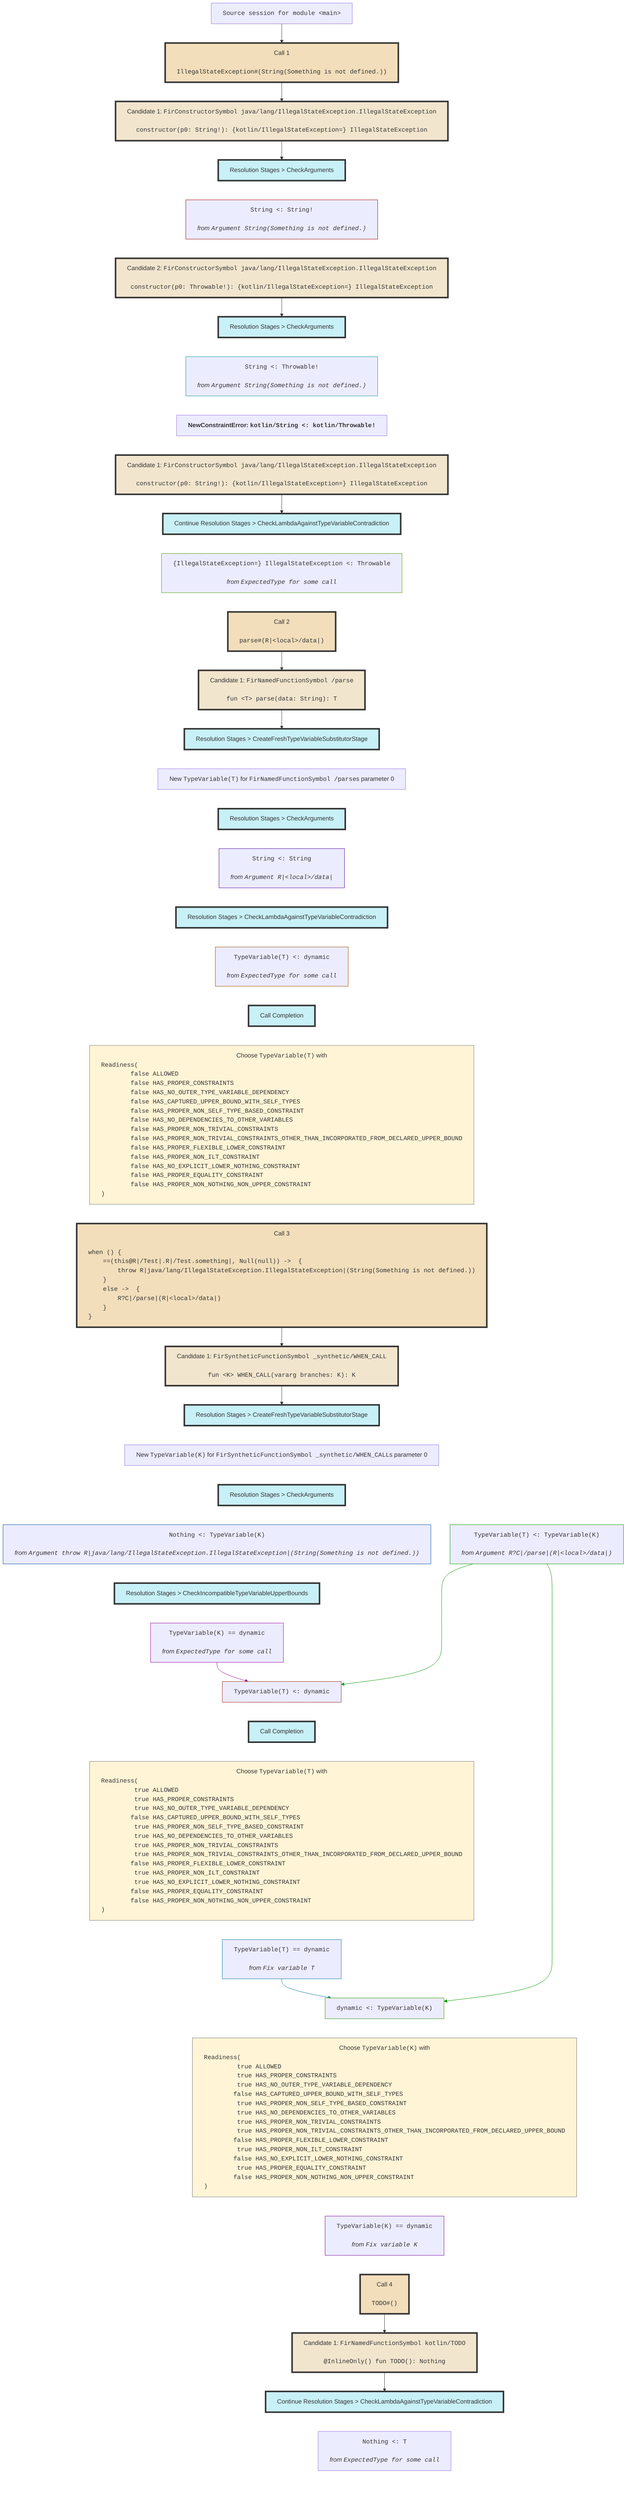
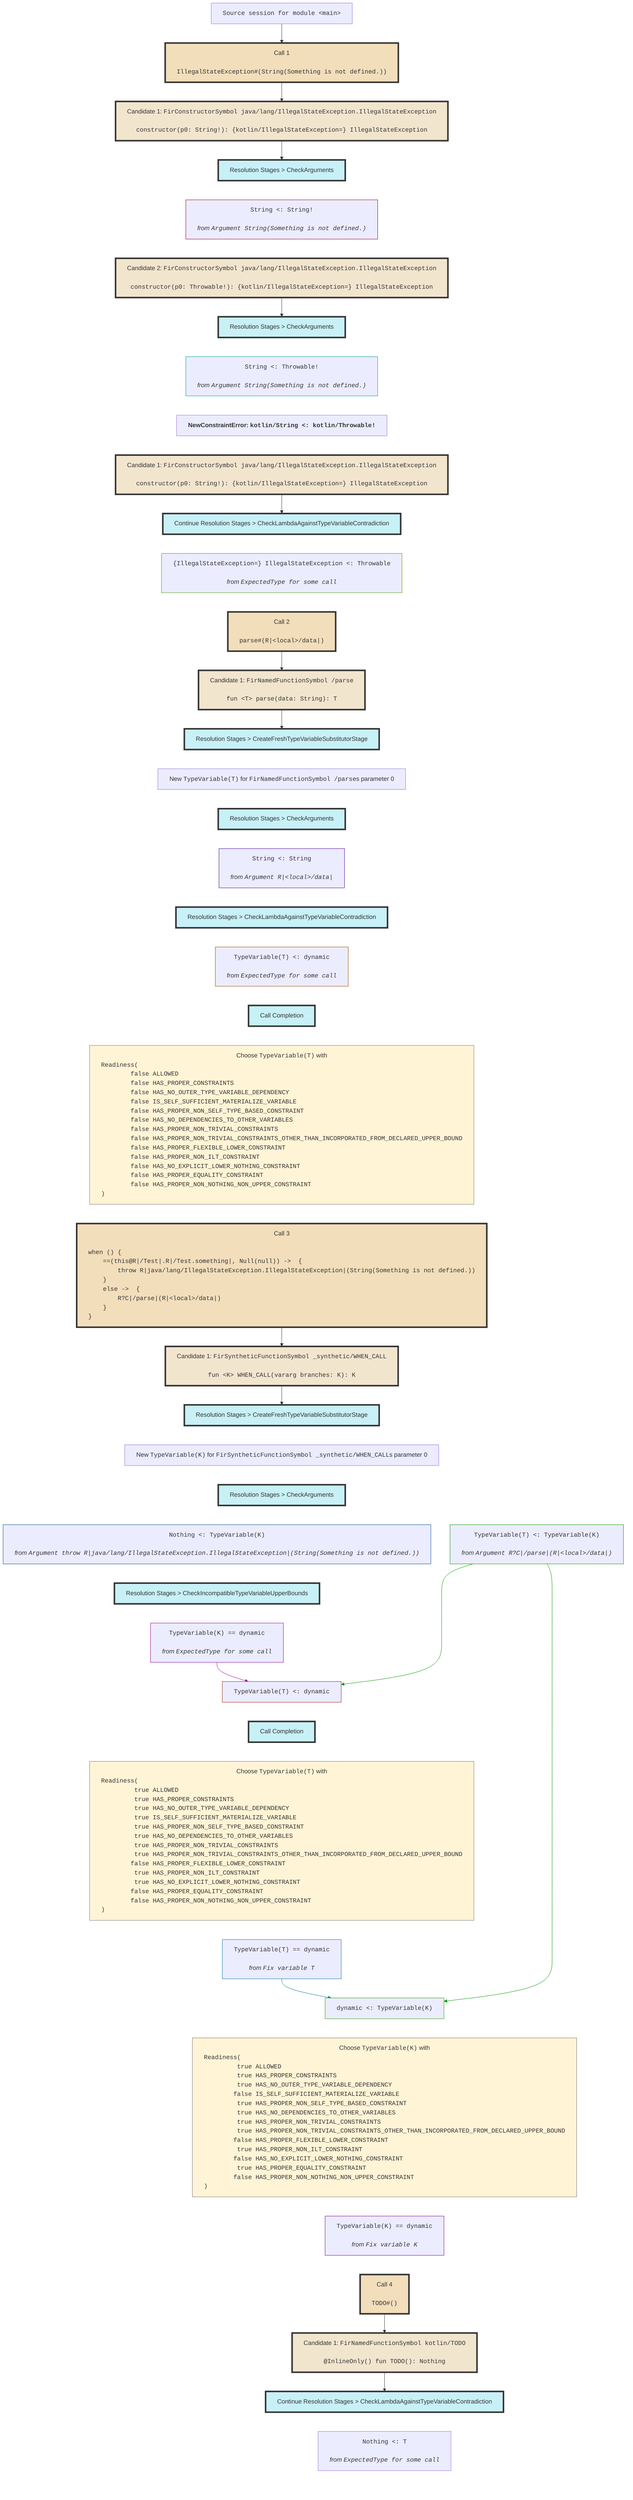
flowchart TD
    classDef nowrapClass text-align:center,white-space:nowrap;
    classDef callStyle fill:#f2debb,stroke:#333,stroke-width:4px;
    classDef candidateStyle fill:#f2e5ce,stroke:#333,stroke-width:4px;
    classDef stageStyle fill:#c8f0f7,stroke:#333,stroke-width:4px;
    classDef readinessStyle fill:#fff4d6,stroke:#777,stroke-width:1px;

    session0["<tt>Source session for module &lt;main></tt>"]
    class session0 nowrapClass;

    session0 --> call1

    call1["Call 1<br><br><pre style="display: inline-block;vertical-align: middle;text-align: left;margin: 0;"><tt>IllegalStateException#(String(Something is not defined.))</tt></pre>"]
    class call1 nowrapClass;
    class call1 callStyle;

    call1 --> candidate2

    candidate2["Candidate 1: <tt>FirConstructorSymbol java/lang/IllegalStateException.IllegalStateException</tt><br><br><pre style="display: inline-block;vertical-align: middle;text-align: left;margin: 0;"><tt>constructor(p0: String!): {kotlin/IllegalStateException=} IllegalStateException</tt></pre>"]
    class candidate2 nowrapClass;
    class candidate2 candidateStyle;

    candidate2 --> stage3

    stage3["Resolution Stages > CheckArguments"]
    class stage3 nowrapClass;
    class stage3 stageStyle;
    constraint4["<tt>String &lt;: String!</tt><br><br><i><div style="display: inline-block;vertical-align: middle;">from</div> <pre style="display: inline-block;vertical-align: middle;text-align: left;margin: 0;"><tt>Argument String(Something is not defined.)</tt></pre></i>"]
    class constraint4 nowrapClass;
    stage3 ~~~ constraint4

    constraint4 ~~~ candidate5

    candidate5["Candidate 2: <tt>FirConstructorSymbol java/lang/IllegalStateException.IllegalStateException</tt><br><br><pre style="display: inline-block;vertical-align: middle;text-align: left;margin: 0;"><tt>constructor(p0: Throwable!): {kotlin/IllegalStateException=} IllegalStateException</tt></pre>"]
    class candidate5 nowrapClass;
    class candidate5 candidateStyle;

    candidate5 --> stage6

    stage6["Resolution Stages > CheckArguments"]
    class stage6 nowrapClass;
    class stage6 stageStyle;
    constraint8["<tt>String &lt;: Throwable!</tt><br><br><i><div style="display: inline-block;vertical-align: middle;">from</div> <pre style="display: inline-block;vertical-align: middle;text-align: left;margin: 0;"><tt>Argument String(Something is not defined.)</tt></pre></i>"]
    class constraint8 nowrapClass;
    stage6 ~~~ constraint8

    constraint8 ~~~ error7

    error7["<b>NewConstraintError: <tt>kotlin/String &lt;: kotlin/Throwable!</tt><b>"]
    class error7 nowrapClass;

    error7 ~~~ candidate9

    candidate9["Candidate 1: <tt>FirConstructorSymbol java/lang/IllegalStateException.IllegalStateException</tt><br><br><pre style="display: inline-block;vertical-align: middle;text-align: left;margin: 0;"><tt>constructor(p0: String!): {kotlin/IllegalStateException=} IllegalStateException</tt></pre>"]
    class candidate9 nowrapClass;
    class candidate9 candidateStyle;

    candidate9 --> stage10

    stage10["Continue Resolution Stages > CheckLambdaAgainstTypeVariableContradiction"]
    class stage10 nowrapClass;
    class stage10 stageStyle;
    constraint11["<tt>{IllegalStateException=} IllegalStateException &lt;: Throwable</tt><br><br><i><div style="display: inline-block;vertical-align: middle;">from</div> <pre style="display: inline-block;vertical-align: middle;text-align: left;margin: 0;"><tt>ExpectedType for some call</tt></pre></i>"]
    class constraint11 nowrapClass;
    stage10 ~~~ constraint11

    constraint11 ~~~ call12

    call12["Call 2<br><br><pre style="display: inline-block;vertical-align: middle;text-align: left;margin: 0;"><tt>parse#(R|&lt;local>/data|)</tt></pre>"]
    class call12 nowrapClass;
    class call12 callStyle;

    call12 --> candidate13

    candidate13["Candidate 1: <tt>FirNamedFunctionSymbol /parse</tt><br><br><pre style="display: inline-block;vertical-align: middle;text-align: left;margin: 0;"><tt>fun &lt;T> parse(data: String): T</tt></pre>"]
    class candidate13 nowrapClass;
    class candidate13 candidateStyle;

    candidate13 --> stage14

    stage14["Resolution Stages > CreateFreshTypeVariableSubstitutorStage"]
    class stage14 nowrapClass;
    class stage14 stageStyle;

    stage14 ~~~ newVariable15

    newVariable15["New <tt>TypeVariable(T)</tt> for <tt>FirNamedFunctionSymbol /parse</tt>s parameter 0"]
    class newVariable15 nowrapClass;

    newVariable15 ~~~ stage16

    stage16["Resolution Stages > CheckArguments"]
    class stage16 nowrapClass;
    class stage16 stageStyle;
    constraint17["<tt>String &lt;: String</tt><br><br><i><div style="display: inline-block;vertical-align: middle;">from</div> <pre style="display: inline-block;vertical-align: middle;text-align: left;margin: 0;"><tt>Argument R|&lt;local>/data|</tt></pre></i>"]
    class constraint17 nowrapClass;
    stage16 ~~~ constraint17

    constraint17 ~~~ stage18

    stage18["Resolution Stages > CheckLambdaAgainstTypeVariableContradiction"]
    class stage18 nowrapClass;
    class stage18 stageStyle;
    constraint19["<tt>TypeVariable(T) &lt;: dynamic</tt><br><br><i><div style="display: inline-block;vertical-align: middle;">from</div> <pre style="display: inline-block;vertical-align: middle;text-align: left;margin: 0;"><tt>ExpectedType for some call</tt></pre></i>"]
    class constraint19 nowrapClass;
    stage18 ~~~ constraint19

    constraint19 ~~~ stage20

    stage20["Call Completion"]
    class stage20 nowrapClass;
    class stage20 stageStyle;

    stage20 ~~~ variableReadiness21

    variableReadiness21["Choose <tt>TypeVariable(T)</tt> with <pre style="display: inline-block;vertical-align: middle;text-align: left;margin: 0;"><tt>Readiness(
	false ALLOWED
	false HAS_PROPER_CONSTRAINTS
	false HAS_NO_OUTER_TYPE_VARIABLE_DEPENDENCY
- 	false HAS_CAPTURED_UPPER_BOUND_WITH_SELF_TYPES
+ 	false IS_SELF_SUFFICIENT_MATERIALIZE_VARIABLE
	false HAS_PROPER_NON_SELF_TYPE_BASED_CONSTRAINT
	false HAS_NO_DEPENDENCIES_TO_OTHER_VARIABLES
	false HAS_PROPER_NON_TRIVIAL_CONSTRAINTS
	false HAS_PROPER_NON_TRIVIAL_CONSTRAINTS_OTHER_THAN_INCORPORATED_FROM_DECLARED_UPPER_BOUND
	false HAS_PROPER_FLEXIBLE_LOWER_CONSTRAINT
	false HAS_PROPER_NON_ILT_CONSTRAINT
	false HAS_NO_EXPLICIT_LOWER_NOTHING_CONSTRAINT
	false HAS_PROPER_EQUALITY_CONSTRAINT
	false HAS_PROPER_NON_NOTHING_NON_UPPER_CONSTRAINT
)</tt></pre>"]
    class variableReadiness21 nowrapClass;
    class variableReadiness21 readinessStyle;

    variableReadiness21 ~~~ call22

    call22["Call 3<br><br><pre style="display: inline-block;vertical-align: middle;text-align: left;margin: 0;"><tt>when () {
    ==(this@R|/Test|.R|/Test.something|, Null(null)) ->  {
        throw R|java/lang/IllegalStateException.IllegalStateException|(String(Something is not defined.))
    }
    else ->  {
        R?C|/parse|(R|&lt;local>/data|)
    }
}
</tt></pre>"]
    class call22 nowrapClass;
    class call22 callStyle;

    call22 --> candidate23

    candidate23["Candidate 1: <tt>FirSyntheticFunctionSymbol _synthetic/WHEN_CALL</tt><br><br><pre style="display: inline-block;vertical-align: middle;text-align: left;margin: 0;"><tt>fun &lt;K> WHEN_CALL(vararg branches: K): K
</tt></pre>"]
    class candidate23 nowrapClass;
    class candidate23 candidateStyle;

    candidate23 --> stage24

    stage24["Resolution Stages > CreateFreshTypeVariableSubstitutorStage"]
    class stage24 nowrapClass;
    class stage24 stageStyle;

    stage24 ~~~ newVariable25

    newVariable25["New <tt>TypeVariable(K)</tt> for <tt>FirSyntheticFunctionSymbol _synthetic/WHEN_CALL</tt>s parameter 0"]
    class newVariable25 nowrapClass;

    newVariable25 ~~~ stage26

    stage26["Resolution Stages > CheckArguments"]
    class stage26 nowrapClass;
    class stage26 stageStyle;
    constraint27["<tt>Nothing &lt;: TypeVariable(K)</tt><br><br><i><div style="display: inline-block;vertical-align: middle;">from</div> <pre style="display: inline-block;vertical-align: middle;text-align: left;margin: 0;"><tt>Argument throw R|java/lang/IllegalStateException.IllegalStateException|(String(Something is not defined.))</tt></pre></i>"]
    class constraint27 nowrapClass;
    stage26 ~~~ constraint27
    constraint28["<tt>TypeVariable(T) &lt;: TypeVariable(K)</tt><br><br><i><div style="display: inline-block;vertical-align: middle;">from</div> <pre style="display: inline-block;vertical-align: middle;text-align: left;margin: 0;"><tt>Argument R?C|/parse|(R|&lt;local>/data|)</tt></pre></i>"]
    class constraint28 nowrapClass;
    stage26 ~~~ constraint28

    constraint27 ~~~ stage29
    constraint28 ~~~ stage29

    stage29["Resolution Stages > CheckIncompatibleTypeVariableUpperBounds"]
    class stage29 nowrapClass;
    class stage29 stageStyle;
    constraint30["<tt>TypeVariable(K) == dynamic</tt><br><br><i><div style="display: inline-block;vertical-align: middle;">from</div> <pre style="display: inline-block;vertical-align: middle;text-align: left;margin: 0;"><tt>ExpectedType for some call</tt></pre></i>"]
    class constraint30 nowrapClass;
    stage29 ~~~ constraint30
    constraint31["<tt>TypeVariable(T) &lt;: dynamic</tt>"]
    class constraint31 nowrapClass;
    constraint28 --> constraint31
    constraint30 --> constraint31

    constraint31 ~~~ stage32

    stage32["Call Completion"]
    class stage32 nowrapClass;
    class stage32 stageStyle;

    stage32 ~~~ variableReadiness33

    variableReadiness33["Choose <tt>TypeVariable(T)</tt> with <pre style="display: inline-block;vertical-align: middle;text-align: left;margin: 0;"><tt>Readiness(
	 true ALLOWED
	 true HAS_PROPER_CONSTRAINTS
	 true HAS_NO_OUTER_TYPE_VARIABLE_DEPENDENCY
- 	false HAS_CAPTURED_UPPER_BOUND_WITH_SELF_TYPES
+ 	 true IS_SELF_SUFFICIENT_MATERIALIZE_VARIABLE
	 true HAS_PROPER_NON_SELF_TYPE_BASED_CONSTRAINT
	 true HAS_NO_DEPENDENCIES_TO_OTHER_VARIABLES
	 true HAS_PROPER_NON_TRIVIAL_CONSTRAINTS
	 true HAS_PROPER_NON_TRIVIAL_CONSTRAINTS_OTHER_THAN_INCORPORATED_FROM_DECLARED_UPPER_BOUND
	false HAS_PROPER_FLEXIBLE_LOWER_CONSTRAINT
	 true HAS_PROPER_NON_ILT_CONSTRAINT
	 true HAS_NO_EXPLICIT_LOWER_NOTHING_CONSTRAINT
	false HAS_PROPER_EQUALITY_CONSTRAINT
	false HAS_PROPER_NON_NOTHING_NON_UPPER_CONSTRAINT
)</tt></pre>"]
    class variableReadiness33 nowrapClass;
    class variableReadiness33 readinessStyle;
    constraint35["<tt>TypeVariable(T) == dynamic</tt><br><br><i><div style="display: inline-block;vertical-align: middle;">from</div> <pre style="display: inline-block;vertical-align: middle;text-align: left;margin: 0;"><tt>Fix variable T</tt></pre></i>"]
    class constraint35 nowrapClass;
    variableReadiness33 ~~~ constraint35
    constraint36["<tt>dynamic &lt;: TypeVariable(K)</tt>"]
    class constraint36 nowrapClass;
    constraint35 --> constraint36
    constraint28 --> constraint36

    constraint36 ~~~ variableReadiness34

    variableReadiness34["Choose <tt>TypeVariable(K)</tt> with <pre style="display: inline-block;vertical-align: middle;text-align: left;margin: 0;"><tt>Readiness(
	 true ALLOWED
	 true HAS_PROPER_CONSTRAINTS
	 true HAS_NO_OUTER_TYPE_VARIABLE_DEPENDENCY
- 	false HAS_CAPTURED_UPPER_BOUND_WITH_SELF_TYPES
+ 	false IS_SELF_SUFFICIENT_MATERIALIZE_VARIABLE
	 true HAS_PROPER_NON_SELF_TYPE_BASED_CONSTRAINT
	 true HAS_NO_DEPENDENCIES_TO_OTHER_VARIABLES
	 true HAS_PROPER_NON_TRIVIAL_CONSTRAINTS
	 true HAS_PROPER_NON_TRIVIAL_CONSTRAINTS_OTHER_THAN_INCORPORATED_FROM_DECLARED_UPPER_BOUND
	false HAS_PROPER_FLEXIBLE_LOWER_CONSTRAINT
	 true HAS_PROPER_NON_ILT_CONSTRAINT
	false HAS_NO_EXPLICIT_LOWER_NOTHING_CONSTRAINT
	 true HAS_PROPER_EQUALITY_CONSTRAINT
	false HAS_PROPER_NON_NOTHING_NON_UPPER_CONSTRAINT
)</tt></pre>"]
    class variableReadiness34 nowrapClass;
    class variableReadiness34 readinessStyle;
    constraint37["<tt>TypeVariable(K) == dynamic</tt><br><br><i><div style="display: inline-block;vertical-align: middle;">from</div> <pre style="display: inline-block;vertical-align: middle;text-align: left;margin: 0;"><tt>Fix variable K</tt></pre></i>"]
    class constraint37 nowrapClass;
    variableReadiness34 ~~~ constraint37

    constraint37 ~~~ call38

    call38["Call 4<br><br><pre style="display: inline-block;vertical-align: middle;text-align: left;margin: 0;"><tt>TODO#()</tt></pre>"]
    class call38 nowrapClass;
    class call38 callStyle;

    call38 --> candidate39

    candidate39["Candidate 1: <tt>FirNamedFunctionSymbol kotlin/TODO</tt><br><br><pre style="display: inline-block;vertical-align: middle;text-align: left;margin: 0;"><tt>@InlineOnly() fun TODO(): Nothing
</tt></pre>"]
    class candidate39 nowrapClass;
    class candidate39 candidateStyle;

    candidate39 --> stage40

    stage40["Continue Resolution Stages > CheckLambdaAgainstTypeVariableContradiction"]
    class stage40 nowrapClass;
    class stage40 stageStyle;
    constraint41["<tt>Nothing &lt;: T</tt><br><br><i><div style="display: inline-block;vertical-align: middle;">from</div> <pre style="display: inline-block;vertical-align: middle;text-align: left;margin: 0;"><tt>ExpectedType for some call</tt></pre></i>"]
    class constraint41 nowrapClass;
    stage40 ~~~ constraint41

    linkStyle 4 stroke:#990000
    linkStyle 7 stroke:#009999
    linkStyle 11 stroke:#4c9900
    linkStyle 17 stroke:#4c0099
    linkStyle 19 stroke:#994900
    linkStyle 28 stroke:#004f99
    linkStyle 29 stroke:#039900
    linkStyle 31 stroke:#039900
    linkStyle 32 stroke:#950099
    linkStyle 33 stroke:#992400
    linkStyle 36 stroke:#007499
    linkStyle 37 stroke:#039900
    linkStyle 38 stroke:#279900
    linkStyle 40 stroke:#710099
    style constraint4 stroke:#990000;
    style constraint8 stroke:#009999;
    style constraint11 stroke:#4c9900;
    style constraint17 stroke:#4c0099;
    style constraint19 stroke:#994900;
    style constraint27 stroke:#004f99;
    style constraint28 stroke:#039900;
    style constraint30 stroke:#950099;
    style constraint31 stroke:#992400;
    style constraint35 stroke:#007499;
    style constraint36 stroke:#279900;
    style constraint37 stroke:#710099;